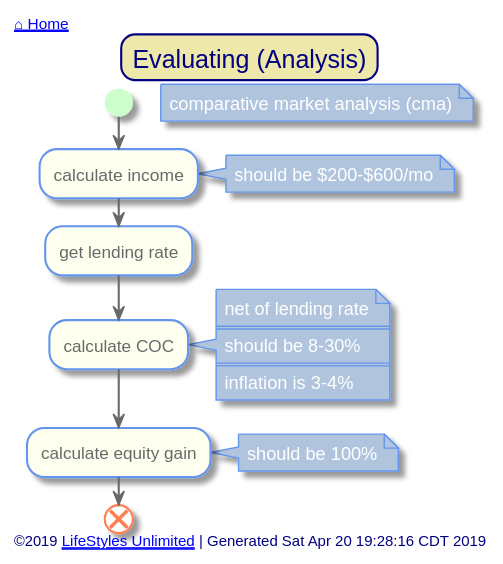
Above: out/src/single-family/evaluating.svg in toddmo/lifestylesunlimited (PlantUML), before the change.
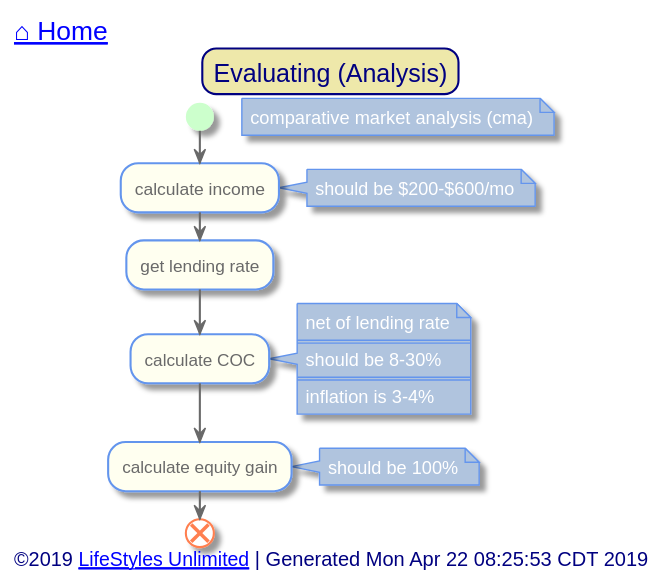
The same file after the commit.

Change to the diagram source:
```diff
@@ -73,7 +73,7 @@
 
 
 left header
-	<font color=Navy>[[../index.svg ⌂ Home]]</font>
+	<font color=Navy size=18>[[../index.svg ⌂ Home]]</font>
 endheader
 
 
@@ -106,7 +106,7 @@
 
 
 left footer
-	©2019 [[http://www.lifestylesunlimited.com LifeStyles Unlimited]] | Generated Sat Apr 20 19:28:16 CDT 2019
+	<font size=14>©2019 [[http://www.lifestylesunlimited.com LifeStyles Unlimited]] | Generated Mon Apr 22 08:25:53 CDT 2019</font>
 endfooter
 
 
```
